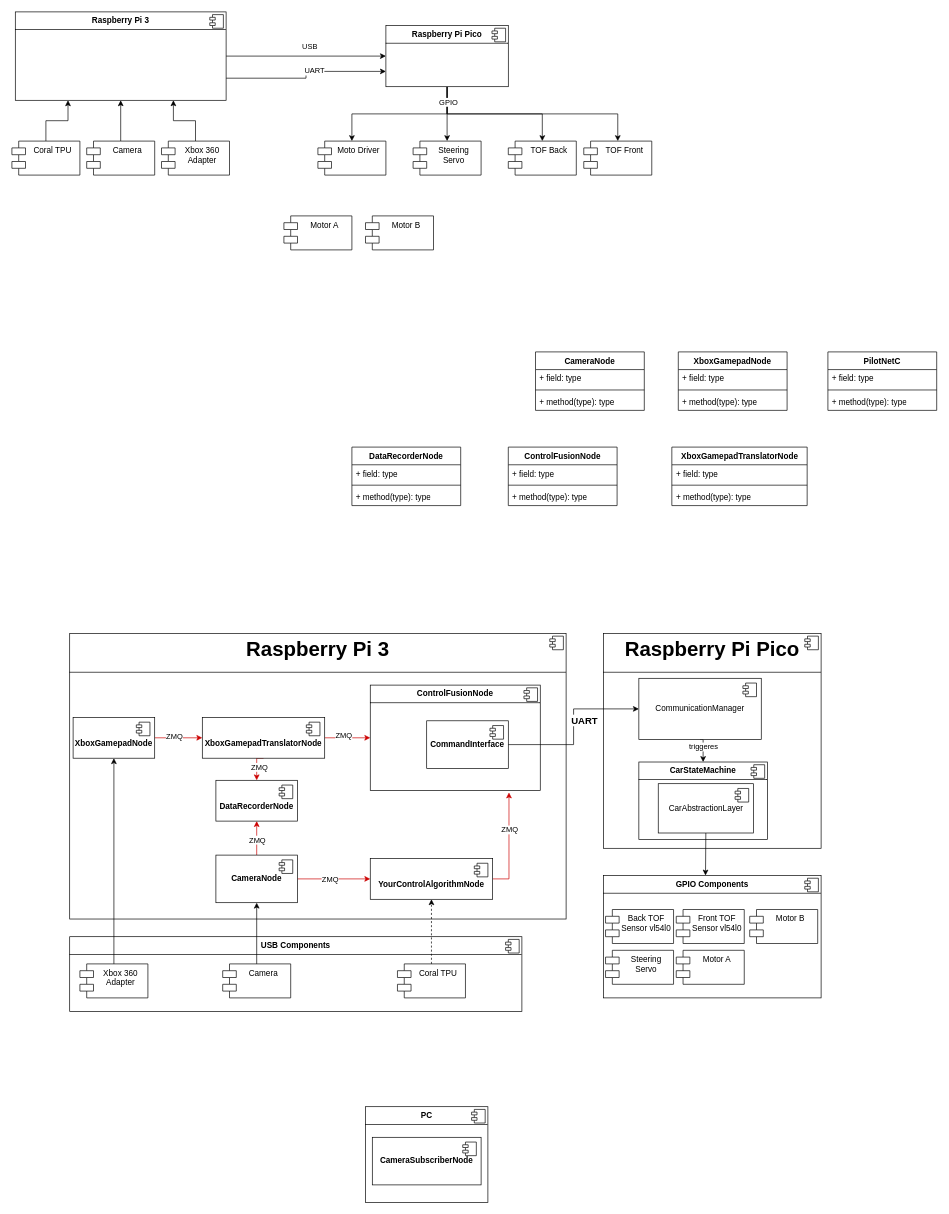
This is page "component" (2 of 3) of doc/RPI_Car.drawio from GGArdrey/RaspiCar, a draw.io file, before an edit. Source tidied: cells renumbered, new cells numbered last; positions are measured from the earlier drawing's top-left corner, leaving out a move shared by most shapes. Both pictures are drawn from the tidied source at 68%, with x=0, y=0 at pixel (12, 12).
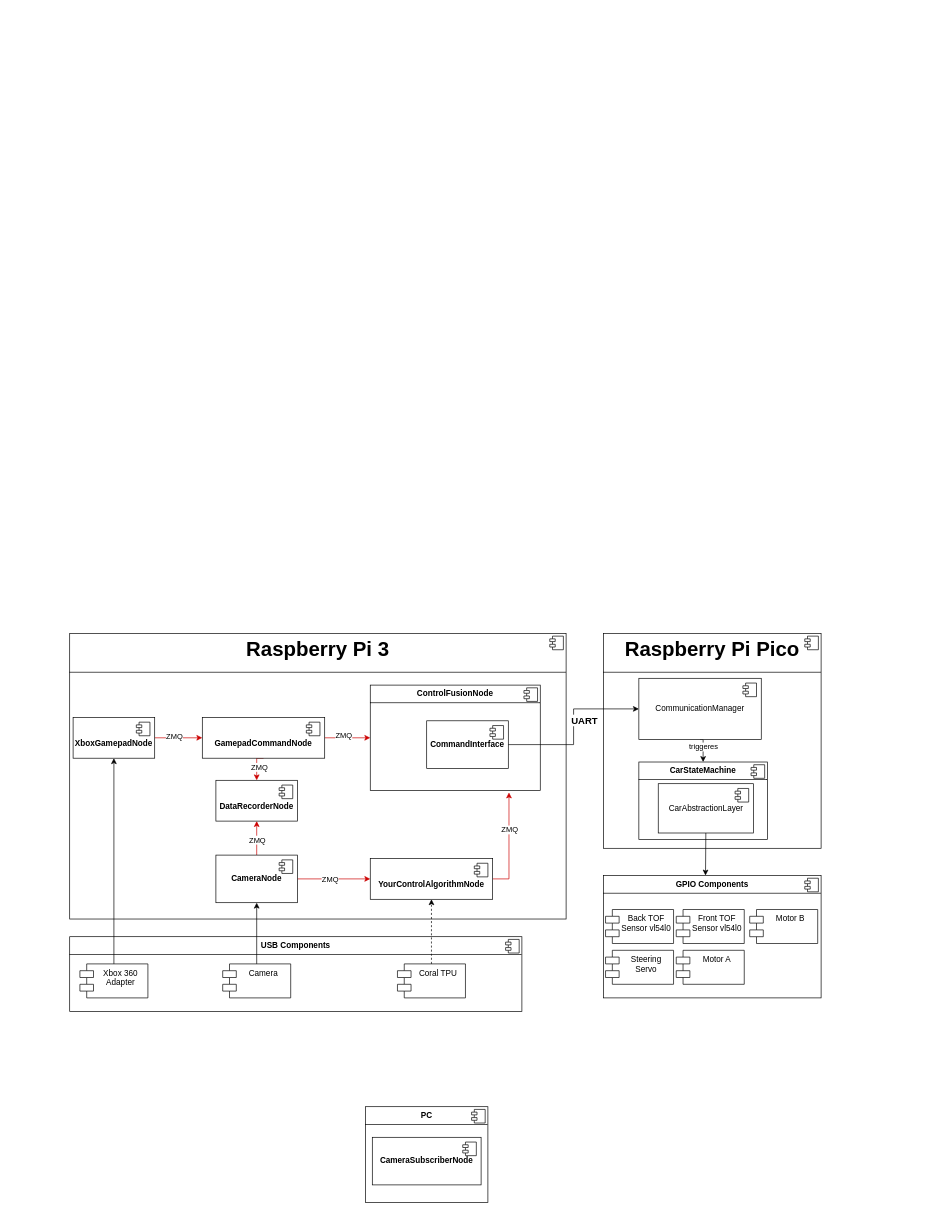
After the change.

Diff of the diagram source:
```diff
@@
-    <mxCell id="6" style="edgeStyle=orthogonalEdgeStyle;rounded=0;jettySize=auto;html=1;exitX=1;exitY=0.5;exitDx=0;exitDy=0;" parent="1" edge="1" source="10" target="17">
-      <mxGeometry relative="1" as="geometry" />
-    </mxCell>
-    <mxCell id="7" value="USB" style="edgeLabel;html=1;align=center;verticalAlign=middle;" parent="6" vertex="1">
-      <mxGeometry x="0.04" y="-3" relative="1" as="geometry">
-        <mxPoint y="-18" as="offset" />
-      </mxGeometry>
-    </mxCell>
-    <mxCell id="8" style="edgeStyle=orthogonalEdgeStyle;rounded=0;jettySize=auto;html=1;exitX=1;exitY=0.75;exitDx=0;exitDy=0;entryX=0;entryY=0.75;entryDx=0;entryDy=0;" parent="1" edge="1" source="10" target="17">
-      <mxGeometry relative="1" as="geometry" />
-    </mxCell>
-    <mxCell id="9" value="UART" style="edgeLabel;html=1;align=center;verticalAlign=middle;" parent="8" vertex="1">
-      <mxGeometry x="-0.03" y="-3" relative="1" as="geometry">
-        <mxPoint x="9" y="-10" as="offset" />
-      </mxGeometry>
-    </mxCell>
-    <mxCell id="10" value="&lt;p style=&quot;margin:0px;margin-top:6px;text-align:center;&quot;&gt;&lt;b&gt;Raspberry Pi 3&lt;/b&gt;&lt;/p&gt;&lt;hr size=&quot;1&quot; style=&quot;border-style:solid;&quot;&gt;&lt;p style=&quot;margin:0px;margin-left:8px;&quot;&gt;&lt;br&gt;&lt;/p&gt;" style="align=left;overflow=fill;html=1;whiteSpace=wrap;" parent="1" vertex="1">
-      <mxGeometry x="5" width="310" height="130" as="geometry" />
-    </mxCell>
-    <mxCell id="11" style="shape=component;jettyWidth=8;jettyHeight=4;" parent="10" vertex="1">
-      <mxGeometry x="1" width="20" height="20" relative="1" as="geometry">
-        <mxPoint x="-24" y="4" as="offset" />
-      </mxGeometry>
-    </mxCell>
-    <mxCell id="12" style="edgeStyle=orthogonalEdgeStyle;rounded=0;jettySize=auto;html=1;exitX=0.5;exitY=1;exitDx=0;exitDy=0;entryX=0.5;entryY=0;entryDx=0;entryDy=0;" parent="1" edge="1" source="17" target="24">
-      <mxGeometry relative="1" as="geometry" />
-    </mxCell>
-    <mxCell id="13" style="edgeStyle=orthogonalEdgeStyle;rounded=0;jettySize=auto;html=1;exitX=0.5;exitY=1;exitDx=0;exitDy=0;entryX=0.5;entryY=0;entryDx=0;entryDy=0;" parent="1" edge="1" source="17" target="19">
-      <mxGeometry relative="1" as="geometry" />
-    </mxCell>
-    <mxCell id="14" style="edgeStyle=orthogonalEdgeStyle;rounded=0;jettySize=auto;html=1;exitX=0.5;exitY=1;exitDx=0;exitDy=0;entryX=0.5;entryY=0;entryDx=0;entryDy=0;" parent="1" edge="1" source="17" target="23">
-      <mxGeometry relative="1" as="geometry" />
-    </mxCell>
-    <mxCell id="15" style="edgeStyle=orthogonalEdgeStyle;rounded=0;jettySize=auto;html=1;exitX=0.5;exitY=1;exitDx=0;exitDy=0;entryX=0.5;entryY=0;entryDx=0;entryDy=0;" parent="1" edge="1" source="17" target="22">
-      <mxGeometry relative="1" as="geometry" />
-    </mxCell>
-    <mxCell id="16" value="GPIO" style="edgeLabel;html=1;align=center;verticalAlign=middle;" parent="15" vertex="1">
-      <mxGeometry x="-0.87" y="1" relative="1" as="geometry" />
-    </mxCell>
-    <mxCell id="17" value="&lt;p style=&quot;margin:0px;margin-top:6px;text-align:center;&quot;&gt;&lt;b&gt;Raspberry Pi Pico&lt;/b&gt;&lt;/p&gt;&lt;hr size=&quot;1&quot; style=&quot;border-style:solid;&quot;&gt;&lt;p style=&quot;margin:0px;margin-left:8px;&quot;&gt;&lt;br&gt;&lt;/p&gt;" style="align=left;overflow=fill;html=1;whiteSpace=wrap;" parent="1" vertex="1">
-      <mxGeometry x="550" y="20" width="180" height="90" as="geometry" />
-    </mxCell>
-    <mxCell id="18" style="shape=component;jettyWidth=8;jettyHeight=4;" parent="17" vertex="1">
-      <mxGeometry x="1" width="20" height="20" relative="1" as="geometry">
-        <mxPoint x="-24" y="4" as="offset" />
-      </mxGeometry>
-    </mxCell>
-    <mxCell id="19" value="Steering Servo" style="shape=module;align=left;spacingLeft=20;align=center;verticalAlign=top;whiteSpace=wrap;html=1;" parent="1" vertex="1">
-      <mxGeometry x="590" y="190" width="100" height="50" as="geometry" />
-    </mxCell>
-    <mxCell id="20" value="Motor A" style="shape=module;align=left;spacingLeft=20;align=center;verticalAlign=top;whiteSpace=wrap;html=1;" parent="1" vertex="1">
-      <mxGeometry x="400" y="300" width="100" height="50" as="geometry" />
-    </mxCell>
-    <mxCell id="21" value="Motor B" style="shape=module;align=left;spacingLeft=20;align=center;verticalAlign=top;whiteSpace=wrap;html=1;" parent="1" vertex="1">
-      <mxGeometry x="520" y="300" width="100" height="50" as="geometry" />
-    </mxCell>
-    <mxCell id="22" value="TOF Front" style="shape=module;align=left;spacingLeft=20;align=center;verticalAlign=top;whiteSpace=wrap;html=1;" parent="1" vertex="1">
-      <mxGeometry x="841" y="190" width="100" height="50" as="geometry" />
-    </mxCell>
-    <mxCell id="23" value="TOF Back" style="shape=module;align=left;spacingLeft=20;align=center;verticalAlign=top;whiteSpace=wrap;html=1;" parent="1" vertex="1">
-      <mxGeometry x="730" y="190" width="100" height="50" as="geometry" />
-    </mxCell>
-    <mxCell id="24" value="Moto Driver" style="shape=module;align=left;spacingLeft=20;align=center;verticalAlign=top;whiteSpace=wrap;html=1;" parent="1" vertex="1">
-      <mxGeometry x="450" y="190" width="100" height="50" as="geometry" />
-    </mxCell>
-    <mxCell id="25" style="edgeStyle=orthogonalEdgeStyle;rounded=0;jettySize=auto;html=1;exitX=0.5;exitY=0;exitDx=0;exitDy=0;entryX=0.25;entryY=1;entryDx=0;entryDy=0;" parent="1" edge="1" source="26" target="10">
-      <mxGeometry relative="1" as="geometry" />
-    </mxCell>
-    <mxCell id="26" value="Coral TPU" style="shape=module;align=left;spacingLeft=20;align=center;verticalAlign=top;whiteSpace=wrap;html=1;" parent="1" vertex="1">
-      <mxGeometry y="190" width="100" height="50" as="geometry" />
-    </mxCell>
-    <mxCell id="27" style="edgeStyle=orthogonalEdgeStyle;rounded=0;jettySize=auto;html=1;exitX=0.5;exitY=0;exitDx=0;exitDy=0;entryX=0.5;entryY=1;entryDx=0;entryDy=0;" parent="1" edge="1" source="28" target="10">
-      <mxGeometry relative="1" as="geometry" />
-    </mxCell>
-    <mxCell id="28" value="Camera" style="shape=module;align=left;spacingLeft=20;align=center;verticalAlign=top;whiteSpace=wrap;html=1;" parent="1" vertex="1">
-      <mxGeometry x="110" y="190" width="100" height="50" as="geometry" />
-    </mxCell>
-    <mxCell id="29" style="edgeStyle=orthogonalEdgeStyle;rounded=0;jettySize=auto;html=1;exitX=0.5;exitY=0;exitDx=0;exitDy=0;entryX=0.75;entryY=1;entryDx=0;entryDy=0;" parent="1" edge="1" source="30" target="10">
-      <mxGeometry relative="1" as="geometry" />
-    </mxCell>
-    <mxCell id="30" value="Xbox 360 Adapter" style="shape=module;align=left;spacingLeft=20;align=center;verticalAlign=top;whiteSpace=wrap;html=1;" parent="1" vertex="1">
-      <mxGeometry x="220" y="190" width="100" height="50" as="geometry" />
-    </mxCell>
-    <mxCell id="31" value="DataRecorderNode" style="swimlane;fontStyle=1;align=center;verticalAlign=top;horizontal=1;startSize=26;whiteSpace=wrap;html=1;" parent="1" vertex="1">
-      <mxGeometry x="500" y="640" width="160" height="86" as="geometry" />
-    </mxCell>
-    <mxCell id="32" value="+ field: type" style="text;strokeColor=none;fillColor=none;align=left;verticalAlign=top;spacingLeft=4;spacingRight=4;overflow=hidden;whiteSpace=wrap;html=1;" parent="31" vertex="1">
-      <mxGeometry y="26" width="160" height="26" as="geometry" />
-    </mxCell>
-    <mxCell id="33" style="line;strokeWidth=1;fillColor=none;align=left;verticalAlign=middle;spacingTop=-1;spacingLeft=3;spacingRight=3;labelPosition=right;strokeColor=inherit;" parent="31" vertex="1">
-      <mxGeometry y="52" width="160" height="8" as="geometry" />
-    </mxCell>
-    <mxCell id="34" value="+ method(type): type" style="text;strokeColor=none;fillColor=none;align=left;verticalAlign=top;spacingLeft=4;spacingRight=4;overflow=hidden;whiteSpace=wrap;html=1;" parent="31" vertex="1">
-      <mxGeometry y="60" width="160" height="26" as="geometry" />
-    </mxCell>
-    <mxCell id="35" value="ControlFusionNode" style="swimlane;fontStyle=1;align=center;verticalAlign=top;horizontal=1;startSize=26;whiteSpace=wrap;html=1;" parent="1" vertex="1">
-      <mxGeometry x="730" y="640" width="160" height="86" as="geometry" />
-    </mxCell>
-    <mxCell id="36" value="+ field: type" style="text;strokeColor=none;fillColor=none;align=left;verticalAlign=top;spacingLeft=4;spacingRight=4;overflow=hidden;whiteSpace=wrap;html=1;" parent="35" vertex="1">
-      <mxGeometry y="26" width="160" height="26" as="geometry" />
-    </mxCell>
-    <mxCell id="37" style="line;strokeWidth=1;fillColor=none;align=left;verticalAlign=middle;spacingTop=-1;spacingLeft=3;spacingRight=3;labelPosition=right;strokeColor=inherit;" parent="35" vertex="1">
-      <mxGeometry y="52" width="160" height="8" as="geometry" />
-    </mxCell>
-    <mxCell id="38" value="+ method(type): type" style="text;strokeColor=none;fillColor=none;align=left;verticalAlign=top;spacingLeft=4;spacingRight=4;overflow=hidden;whiteSpace=wrap;html=1;" parent="35" vertex="1">
-      <mxGeometry y="60" width="160" height="26" as="geometry" />
-    </mxCell>
-    <mxCell id="39" value="XboxGamepadTranslatorNode" style="swimlane;fontStyle=1;align=center;verticalAlign=top;horizontal=1;startSize=26;whiteSpace=wrap;html=1;" parent="1" vertex="1">
-      <mxGeometry x="970.5" y="640" width="199" height="86" as="geometry" />
-    </mxCell>
-    <mxCell id="40" value="+ field: type" style="text;strokeColor=none;fillColor=none;align=left;verticalAlign=top;spacingLeft=4;spacingRight=4;overflow=hidden;whiteSpace=wrap;html=1;" parent="39" vertex="1">
-      <mxGeometry y="26" width="199" height="26" as="geometry" />
-    </mxCell>
-    <mxCell id="41" style="line;strokeWidth=1;fillColor=none;align=left;verticalAlign=middle;spacingTop=-1;spacingLeft=3;spacingRight=3;labelPosition=right;strokeColor=inherit;" parent="39" vertex="1">
-      <mxGeometry y="52" width="199" height="8" as="geometry" />
-    </mxCell>
-    <mxCell id="42" value="+ method(type): type" style="text;strokeColor=none;fillColor=none;align=left;verticalAlign=top;spacingLeft=4;spacingRight=4;overflow=hidden;whiteSpace=wrap;html=1;" parent="39" vertex="1">
-      <mxGeometry y="60" width="199" height="26" as="geometry" />
-    </mxCell>
-    <mxCell id="43" value="PilotNetC" style="swimlane;fontStyle=1;align=center;verticalAlign=top;horizontal=1;startSize=26;whiteSpace=wrap;html=1;" parent="1" vertex="1">
-      <mxGeometry x="1200" y="500" width="160" height="86" as="geometry" />
-    </mxCell>
-    <mxCell id="44" value="+ field: type" style="text;strokeColor=none;fillColor=none;align=left;verticalAlign=top;spacingLeft=4;spacingRight=4;overflow=hidden;whiteSpace=wrap;html=1;" parent="43" vertex="1">
-      <mxGeometry y="26" width="160" height="26" as="geometry" />
-    </mxCell>
-    <mxCell id="45" style="line;strokeWidth=1;fillColor=none;align=left;verticalAlign=middle;spacingTop=-1;spacingLeft=3;spacingRight=3;labelPosition=right;strokeColor=inherit;" parent="43" vertex="1">
-      <mxGeometry y="52" width="160" height="8" as="geometry" />
-    </mxCell>
-    <mxCell id="46" value="+ method(type): type" style="text;strokeColor=none;fillColor=none;align=left;verticalAlign=top;spacingLeft=4;spacingRight=4;overflow=hidden;whiteSpace=wrap;html=1;" parent="43" vertex="1">
-      <mxGeometry y="60" width="160" height="26" as="geometry" />
-    </mxCell>
-    <mxCell id="47" value="XboxGamepadNode" style="swimlane;fontStyle=1;align=center;verticalAlign=top;horizontal=1;startSize=26;whiteSpace=wrap;html=1;" parent="1" vertex="1">
-      <mxGeometry x="980" y="500" width="160" height="86" as="geometry" />
-    </mxCell>
-    <mxCell id="48" value="+ field: type" style="text;strokeColor=none;fillColor=none;align=left;verticalAlign=top;spacingLeft=4;spacingRight=4;overflow=hidden;whiteSpace=wrap;html=1;" parent="47" vertex="1">
-      <mxGeometry y="26" width="160" height="26" as="geometry" />
-    </mxCell>
-    <mxCell id="49" style="line;strokeWidth=1;fillColor=none;align=left;verticalAlign=middle;spacingTop=-1;spacingLeft=3;spacingRight=3;labelPosition=right;strokeColor=inherit;" parent="47" vertex="1">
-      <mxGeometry y="52" width="160" height="8" as="geometry" />
-    </mxCell>
-    <mxCell id="50" value="+ method(type): type" style="text;strokeColor=none;fillColor=none;align=left;verticalAlign=top;spacingLeft=4;spacingRight=4;overflow=hidden;whiteSpace=wrap;html=1;" parent="47" vertex="1">
-      <mxGeometry y="60" width="160" height="26" as="geometry" />
-    </mxCell>
-    <mxCell id="51" value="CameraNode" style="swimlane;fontStyle=1;align=center;verticalAlign=top;horizontal=1;startSize=26;whiteSpace=wrap;html=1;" parent="1" vertex="1">
-      <mxGeometry x="770" y="500" width="160" height="86" as="geometry" />
-    </mxCell>
-    <mxCell id="52" value="+ field: type" style="text;strokeColor=none;fillColor=none;align=left;verticalAlign=top;spacingLeft=4;spacingRight=4;overflow=hidden;whiteSpace=wrap;html=1;" parent="51" vertex="1">
-      <mxGeometry y="26" width="160" height="26" as="geometry" />
-    </mxCell>
-    <mxCell id="53" style="line;strokeWidth=1;fillColor=none;align=left;verticalAlign=middle;spacingTop=-1;spacingLeft=3;spacingRight=3;labelPosition=right;strokeColor=inherit;" parent="51" vertex="1">
-      <mxGeometry y="52" width="160" height="8" as="geometry" />
-    </mxCell>
-    <mxCell id="54" value="+ method(type): type" style="text;strokeColor=none;fillColor=none;align=left;verticalAlign=top;spacingLeft=4;spacingRight=4;overflow=hidden;whiteSpace=wrap;html=1;" parent="51" vertex="1">
-      <mxGeometry y="60" width="160" height="26" as="geometry" />
-    </mxCell>
@@
-    <mxCell id="83" value="&lt;div&gt;&lt;b&gt;&lt;br&gt;&lt;/b&gt;&lt;/div&gt;&lt;b&gt;XboxGamepadTranslatorNode&lt;/b&gt;" style="html=1;whiteSpace=wrap;" parent="1" vertex="1">
+    <mxCell id="83" value="&lt;div&gt;&lt;b&gt;&lt;br&gt;&lt;/b&gt;&lt;/div&gt;&lt;b&gt;GamepadCommandNode&lt;/b&gt;" style="html=1;whiteSpace=wrap;" parent="1" vertex="1">
       <mxGeometry x="280" y="1037.5" width="180" height="60" as="geometry" />
     </mxCell>
```
